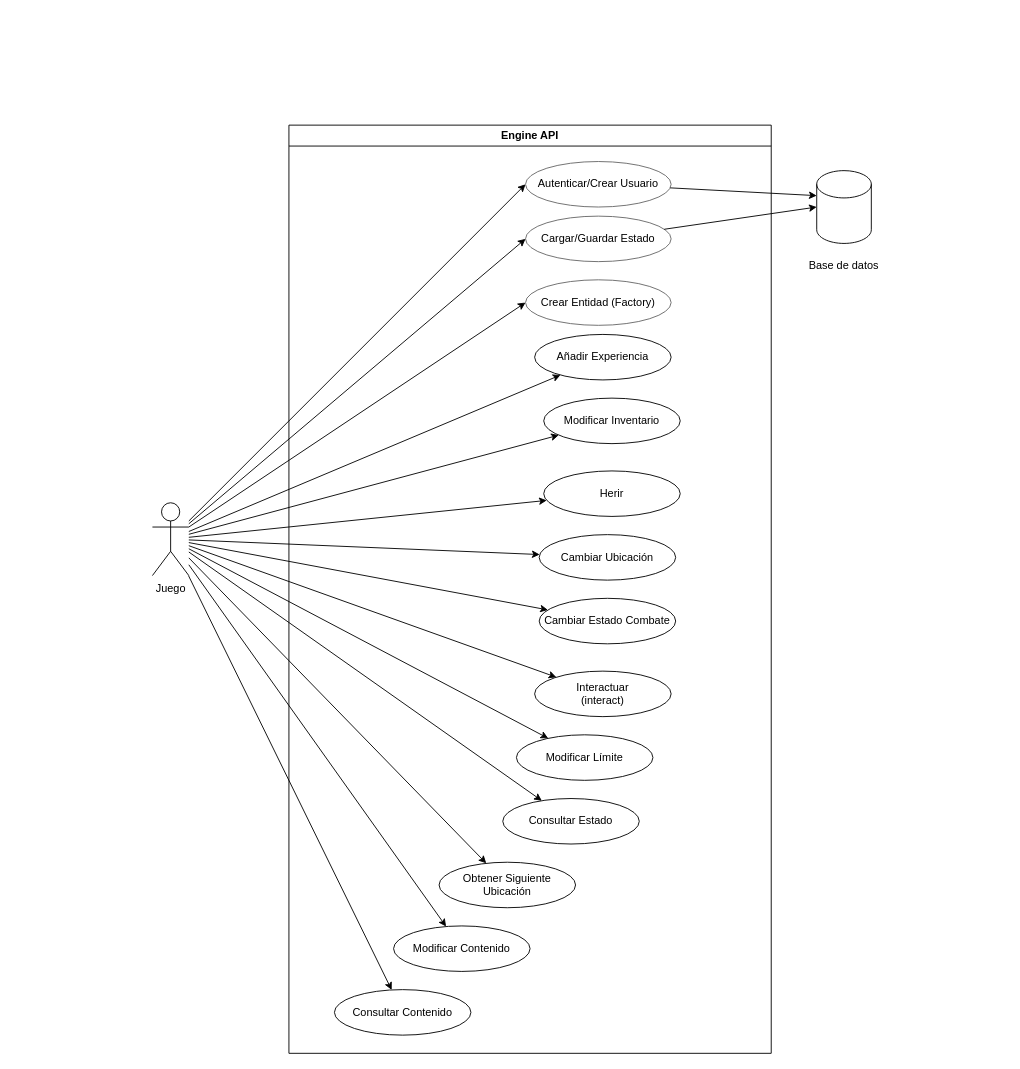
This is document/tex_files/mainmatter/chapter_4/images/diagrama_analisis_motor/casos_uso_motor.drawio from ThAlsay/Hephaestus, a draw.io file, before an edit. Source tidied: cells renumbered, new cells numbered last; positions are measured from the earlier drawing's top-left corner, leaving out a move shared by most shapes. Both pictures are drawn from the tidied source at 91%, with x=0, y=0 at pixel (152, 125).
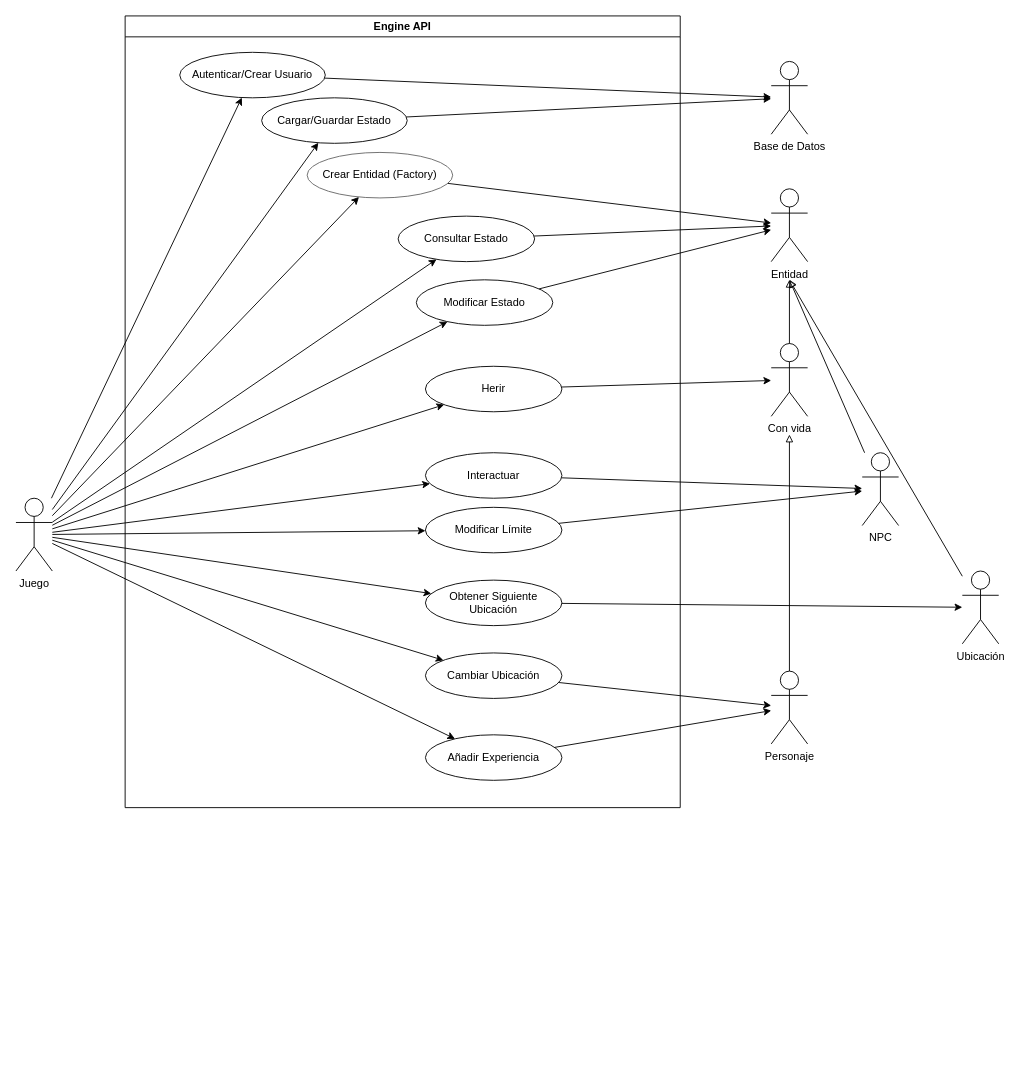
The same diagram, later.

Change to the diagram source:
```diff
@@
     <mxCell id="2" value="Juego" style="shape=umlActor;verticalLabelPosition=bottom;verticalAlign=top;html=1;outlineConnect=0;" parent="1" vertex="1">
-      <mxGeometry y="415" width="40" height="80" as="geometry" />
+      <mxGeometry x="-150" y="410" width="40" height="80" as="geometry" />
     </mxCell>
+    <mxCell id="36" value="Base de Datos" style="shape=umlActor;verticalLabelPosition=bottom;verticalAlign=top;html=1;outlineConnect=0;" parent="1" vertex="1">
+      <mxGeometry x="680" y="-70" width="40" height="80" as="geometry" />
+    </mxCell>
     <mxCell id="3" value="Engine API" style="swimlane;whiteSpace=wrap;html=1;startSize=23;" parent="1" vertex="1">
-      <mxGeometry x="150" width="530" height="1020" as="geometry" />
+      <mxGeometry x="-30" y="-120" width="610" height="870" as="geometry" />
     </mxCell>
-    <mxCell id="4" value="Autenticar/Crear Usuario" style="ellipse;whiteSpace=wrap;html=1;fillColor=none;strokeColor=#666666;" parent="3" vertex="1">
-      <mxGeometry x="260" y="40" width="160" height="50" as="geometry" />
+    <mxCell id="4" value="Autenticar/Crear Usuario" style="ellipse;whiteSpace=wrap;html=1;fillColor=none;" parent="3" vertex="1">
+      <mxGeometry x="60" y="40" width="160" height="50" as="geometry" />
     </mxCell>
-    <mxCell id="5" value="Cargar/Guardar Estado" style="ellipse;whiteSpace=wrap;html=1;fillColor=none;strokeColor=#666666;" parent="3" vertex="1">
-      <mxGeometry x="260" y="100" width="160" height="50" as="geometry" />
+    <mxCell id="5" value="Cargar/Guardar Estado" style="ellipse;whiteSpace=wrap;html=1;fillColor=none;" parent="3" vertex="1">
+      <mxGeometry x="150" y="90" width="160" height="50" as="geometry" />
     </mxCell>
-    <mxCell id="6" value="Crear Entidad (Factory)" style="ellipse;whiteSpace=wrap;html=1;fillColor=none;strokeColor=#666666;" parent="3" vertex="1">
-      <mxGeometry x="260" y="170" width="160" height="50" as="geometry" />
+    <mxCell id="6" value="Crear Entidad (Factory)" style="ellipse;whiteSpace=wrap;html=1;fillColor=none;strokeColor=light-dark(#666666,#FEFEFE);" parent="3" vertex="1">
+      <mxGeometry x="200" y="150" width="160" height="50" as="geometry" />
     </mxCell>
     <mxCell id="7" value="Añadir Experiencia" style="ellipse;whiteSpace=wrap;html=1;" parent="3" vertex="1">
-      <mxGeometry x="270" y="230" width="150" height="50" as="geometry" />
+      <mxGeometry x="330" y="790" width="150" height="50" as="geometry" />
     </mxCell>
-    <mxCell id="8" value="Modificar Inventario" style="ellipse;whiteSpace=wrap;html=1;" parent="3" vertex="1">
-      <mxGeometry x="280" y="300" width="150" height="50" as="geometry" />
-    </mxCell>
     <mxCell id="9" value="Cambiar Ubicación" style="ellipse;whiteSpace=wrap;html=1;" parent="3" vertex="1">
-      <mxGeometry x="275" y="450" width="150" height="50" as="geometry" />
+      <mxGeometry x="330" y="700" width="150" height="50" as="geometry" />
     </mxCell>
-    <mxCell id="10" value="Cambiar Estado Combate" style="ellipse;whiteSpace=wrap;html=1;" parent="3" vertex="1">
-      <mxGeometry x="275" y="520" width="150" height="50" as="geometry" />
-    </mxCell>
+    <mxCell id="12" value="Consultar Estado" style="ellipse;whiteSpace=wrap;html=1;" parent="3" vertex="1">
+      <mxGeometry x="300" y="220" width="150" height="50" as="geometry" />
+    </mxCell>
     <mxCell id="11" value="Herir" style="ellipse;whiteSpace=wrap;html=1;" parent="3" vertex="1">
-      <mxGeometry x="280" y="380" width="150" height="50" as="geometry" />
+      <mxGeometry x="330" y="385" width="150" height="50" as="geometry" />
     </mxCell>
-    <mxCell id="12" value="Consultar Estado" style="ellipse;whiteSpace=wrap;html=1;" parent="3" vertex="1">
-      <mxGeometry x="235" y="740" width="150" height="50" as="geometry" />
-    </mxCell>
-    <mxCell id="13" value="Interactuar&#10;(interact)" style="ellipse;whiteSpace=wrap;html=1;" parent="3" vertex="1">
-      <mxGeometry x="270" y="600" width="150" height="50" as="geometry" />
+    <mxCell id="13" value="Interactuar" style="ellipse;whiteSpace=wrap;html=1;" parent="3" vertex="1">
+      <mxGeometry x="330" y="480" width="150" height="50" as="geometry" />
     </mxCell>
     <mxCell id="14" value="Modificar Límite" style="ellipse;whiteSpace=wrap;html=1;" parent="3" vertex="1">
-      <mxGeometry x="250" y="670" width="150" height="50" as="geometry" />
+      <mxGeometry x="330" y="540" width="150" height="50" as="geometry" />
     </mxCell>
-    <mxCell id="15" value="Consultar Contenido" style="ellipse;whiteSpace=wrap;html=1;" parent="3" vertex="1">
-      <mxGeometry x="50" y="950" width="150" height="50" as="geometry" />
-    </mxCell>
-    <mxCell id="16" value="Modificar Contenido" style="ellipse;whiteSpace=wrap;html=1;" parent="3" vertex="1">
-      <mxGeometry x="115" y="880" width="150" height="50" as="geometry" />
+    <mxCell id="16" value="Modificar Estado" style="ellipse;whiteSpace=wrap;html=1;" parent="3" vertex="1">
+      <mxGeometry x="320" y="290" width="150" height="50" as="geometry" />
     </mxCell>
     <mxCell id="17" value="Obtener Siguiente&#10;Ubicación" style="ellipse;whiteSpace=wrap;html=1;" parent="3" vertex="1">
-      <mxGeometry x="165" y="810" width="150" height="50" as="geometry" />
+      <mxGeometry x="330" y="620" width="150" height="50" as="geometry" />
     </mxCell>
-    <mxCell id="18" style="entryX=0;entryY=0.5;entryDx=0;entryDy=0;" parent="1" edge="1" source="2" target="4">
+    <mxCell id="18" parent="1" edge="1" source="2" target="4">
       <mxGeometry relative="1" as="geometry" />
     </mxCell>
-    <mxCell id="19" style="entryX=0;entryY=0.5;entryDx=0;entryDy=0;" parent="1" edge="1" source="2" target="5">
+    <mxCell id="19" parent="1" edge="1" source="2" target="5">
       <mxGeometry relative="1" as="geometry" />
     </mxCell>
-    <mxCell id="20" style="entryX=0;entryY=0.5;entryDx=0;entryDy=0;" parent="1" edge="1" source="2" target="6">
+    <mxCell id="20" parent="1" edge="1" source="2" target="6">
       <mxGeometry relative="1" as="geometry" />
     </mxCell>
@@
-    <mxCell id="22" parent="1" edge="1" source="2" target="8">
-      <mxGeometry relative="1" as="geometry" />
-    </mxCell>
@@
-    <mxCell id="24" parent="1" edge="1" source="2" target="10">
-      <mxGeometry relative="1" as="geometry" />
-    </mxCell>
+    <mxCell id="26" parent="1" edge="1" source="2" target="12">
+      <mxGeometry relative="1" as="geometry" />
+    </mxCell>
@@
-    <mxCell id="26" parent="1" edge="1" source="2" target="12">
-      <mxGeometry relative="1" as="geometry" />
-    </mxCell>
@@
-    <mxCell id="29" parent="1" edge="1" source="2" target="15">
-      <mxGeometry relative="1" as="geometry" />
-    </mxCell>
@@
-    <mxCell id="32" style="entryX=0;entryY=0;entryDx=0;entryDy=27.5;entryPerimeter=0;" parent="1" edge="1" source="4" target="34">
+    <mxCell id="32" parent="1" edge="1" source="4" target="36">
       <mxGeometry relative="1" as="geometry" />
     </mxCell>
-    <mxCell id="33" style="entryX=0;entryY=0.5;entryDx=0;entryDy=0;entryPerimeter=0;" parent="1" edge="1" source="5" target="34">
+    <mxCell id="33" parent="1" edge="1" source="5" target="36">
       <mxGeometry relative="1" as="geometry" />
     </mxCell>
-    <mxCell id="34" style="shape=cylinder3;whiteSpace=wrap;html=1;boundedLbl=1;backgroundOutline=1;size=15;" parent="1" vertex="1">
-      <mxGeometry x="730" y="50" width="60" height="80" as="geometry" />
-    </mxCell>
-    <mxCell id="35" value="Base de datos" style="text;html=1;whiteSpace=wrap;strokeColor=none;fillColor=none;align=center;verticalAlign=middle;rounded=0;" parent="1" vertex="1">
-      <mxGeometry x="710" y="140" width="100" height="30" as="geometry" />
-    </mxCell>
+    <mxCell id="37" style="rounded=0;jettySize=auto;html=1;endArrow=block;endFill=0;" parent="1" edge="1" source="38">
+      <mxGeometry relative="1" as="geometry">
+        <mxPoint x="700" y="340" as="targetPoint" />
+      </mxGeometry>
+    </mxCell>
+    <mxCell id="38" value="Personaje" style="shape=umlActor;verticalLabelPosition=bottom;verticalAlign=top;html=1;outlineConnect=0;" parent="1" vertex="1">
+      <mxGeometry x="680" y="600" width="40" height="80" as="geometry" />
+    </mxCell>
+    <mxCell id="39" value="Entidad" style="shape=umlActor;verticalLabelPosition=bottom;verticalAlign=top;html=1;outlineConnect=0;" parent="1" vertex="1">
+      <mxGeometry x="680" y="70" width="40" height="80" as="geometry" />
+    </mxCell>
+    <mxCell id="40" style="rounded=0;jettySize=auto;html=1;endArrow=block;endFill=0;" parent="1" edge="1" source="41">
+      <mxGeometry relative="1" as="geometry">
+        <mxPoint x="700" y="170" as="targetPoint" />
+      </mxGeometry>
+    </mxCell>
+    <mxCell id="41" value="Ubicación" style="shape=umlActor;verticalLabelPosition=bottom;verticalAlign=top;html=1;outlineConnect=0;" parent="1" vertex="1">
+      <mxGeometry x="890" y="490" width="40" height="80" as="geometry" />
+    </mxCell>
+    <mxCell id="42" style="rounded=0;jettySize=auto;html=1;endArrow=block;endFill=0;" parent="1" edge="1" source="43">
+      <mxGeometry relative="1" as="geometry">
+        <mxPoint x="700" y="170" as="targetPoint" />
+      </mxGeometry>
+    </mxCell>
+    <mxCell id="43" value="NPC" style="shape=umlActor;verticalLabelPosition=bottom;verticalAlign=top;html=1;outlineConnect=0;" parent="1" vertex="1">
+      <mxGeometry x="780" y="360" width="40" height="80" as="geometry" />
+    </mxCell>
+    <mxCell id="44" style="rounded=0;jettySize=auto;html=1;" parent="1" edge="1" source="6" target="39">
+      <mxGeometry relative="1" as="geometry" />
+    </mxCell>
+    <mxCell id="45" style="rounded=0;jettySize=auto;html=1;" parent="1" edge="1" source="12" target="39">
+      <mxGeometry relative="1" as="geometry" />
+    </mxCell>
+    <mxCell id="46" style="rounded=0;jettySize=auto;html=1;" parent="1" edge="1" source="16" target="39">
+      <mxGeometry relative="1" as="geometry" />
+    </mxCell>
+    <mxCell id="47" value="Con vida" style="shape=umlActor;verticalLabelPosition=bottom;verticalAlign=top;html=1;outlineConnect=0;" parent="1" vertex="1">
+      <mxGeometry x="680" y="240" width="40" height="80" as="geometry" />
+    </mxCell>
+    <mxCell id="48" style="rounded=0;jettySize=auto;html=1;" parent="1" edge="1" source="11" target="47">
+      <mxGeometry relative="1" as="geometry" />
+    </mxCell>
+    <mxCell id="49" style="rounded=0;jettySize=auto;html=1;endArrow=block;endFill=0;strokeWidth=1;" parent="1" edge="1" source="47">
+      <mxGeometry relative="1" as="geometry">
+        <mxPoint x="700" y="170" as="targetPoint" />
+      </mxGeometry>
+    </mxCell>
+    <mxCell id="50" style="rounded=0;jettySize=auto;html=1;" parent="1" edge="1" source="13" target="43">
+      <mxGeometry relative="1" as="geometry" />
+    </mxCell>
+    <mxCell id="51" style="rounded=0;jettySize=auto;html=1;" parent="1" edge="1" source="14" target="43">
+      <mxGeometry relative="1" as="geometry" />
+    </mxCell>
+    <mxCell id="52" style="rounded=0;jettySize=auto;html=1;" parent="1" edge="1" source="17" target="41">
+      <mxGeometry relative="1" as="geometry" />
+    </mxCell>
+    <mxCell id="53" style="rounded=0;jettySize=auto;html=1;" parent="1" edge="1" source="9" target="38">
+      <mxGeometry relative="1" as="geometry" />
+    </mxCell>
+    <mxCell id="54" style="rounded=0;jettySize=auto;html=1;" parent="1" edge="1" source="7" target="38">
+      <mxGeometry relative="1" as="geometry" />
+    </mxCell>
```
